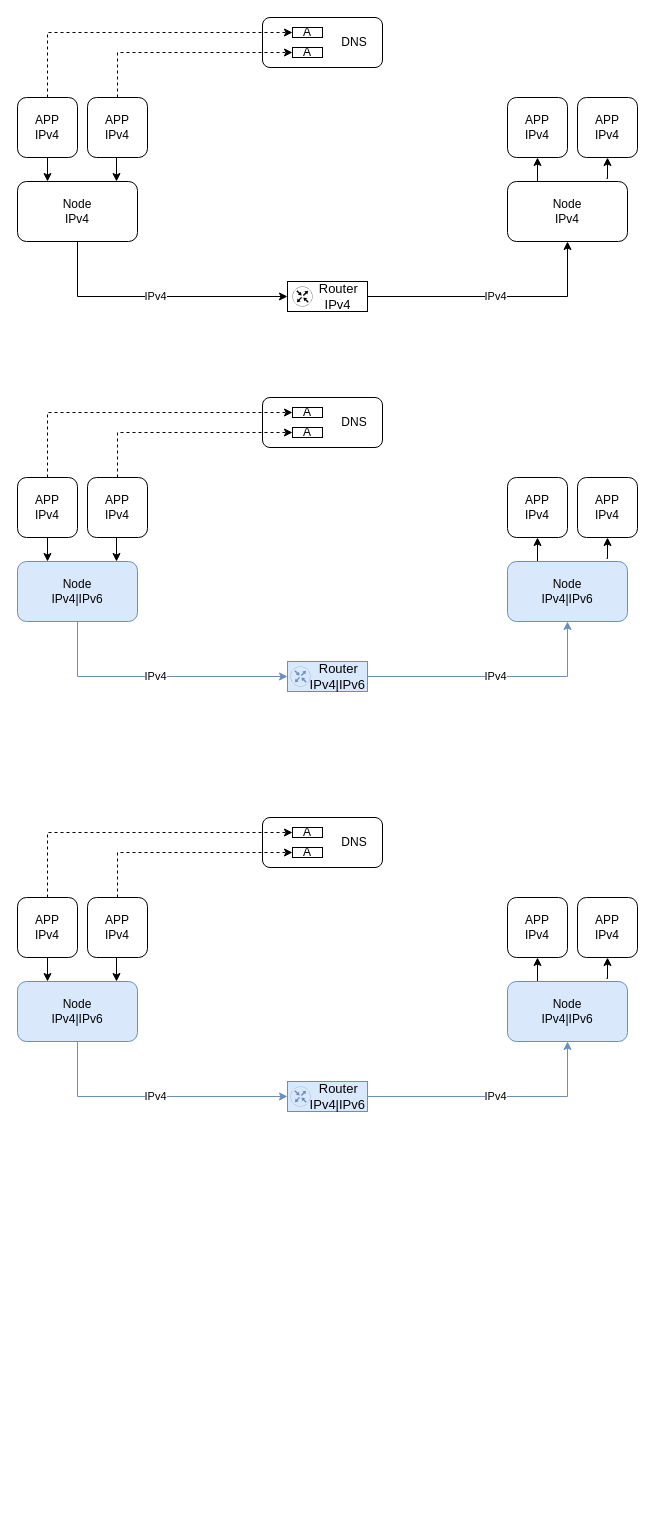
Earlier version of the draw.io diagram IPv6 Transition.drawio (anorqiu9/drawio). Source tidied: cells renumbered, new cells numbered last; positions are measured from the earlier drawing's top-left corner, leaving out a move shared by most shapes. Both pictures are drawn from the tidied source at 100%, with x=0, y=0 at pixel (17, 17).
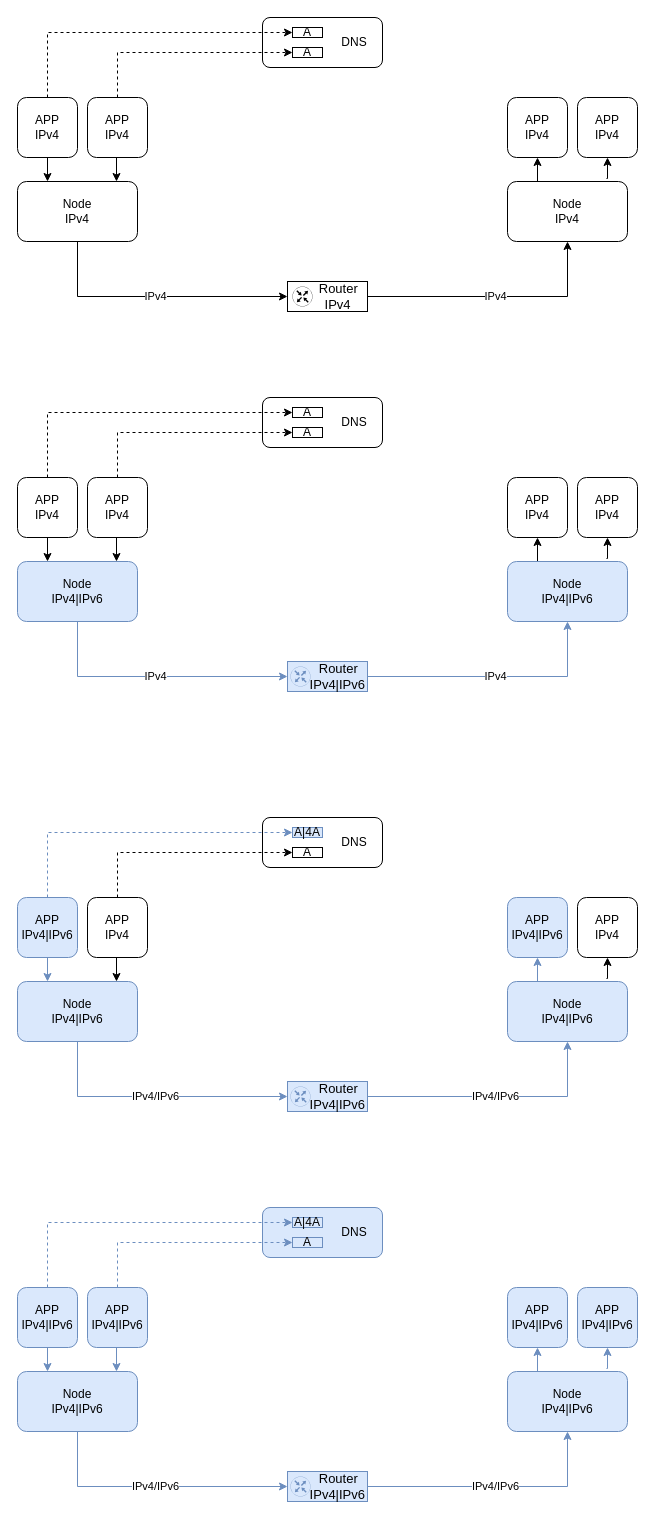
Above is the later version.

Unchanged cells that the change refers to:
```xml
<mxCell id="42" value="Node&lt;div&gt;IPv4|IPv6&lt;/div&gt;" style="whiteSpace=wrap;html=1;rounded=1;fillColor=#dae8fc;strokeColor=#6c8ebf;" parent="1" vertex="1">
  <mxGeometry y="964" width="120" height="60" as="geometry" />
</mxCell>
<mxCell id="43" value="Router&amp;nbsp;&amp;nbsp;&lt;div style=&quot;font-size: 13px;&quot;&gt;IPv4|IPv6&lt;/div&gt;" style="rounded=0;whiteSpace=wrap;html=1;fontSize=13;verticalAlign=middle;align=right;fillColor=#dae8fc;strokeColor=#6c8ebf;" parent="1" vertex="1">
  <mxGeometry x="270" y="1064" width="80" height="30" as="geometry" />
</mxCell>
<mxCell id="47" value="Node&lt;div&gt;IPv4|IPv6&lt;/div&gt;" style="whiteSpace=wrap;html=1;rounded=1;fillColor=#dae8fc;strokeColor=#6c8ebf;" parent="1" vertex="1">
  <mxGeometry x="490" y="964" width="120" height="60" as="geometry" />
</mxCell>
```

What changed in the source:
```diff
@@
-    <mxCell id="40" style="edgeStyle=orthogonalEdgeStyle;rounded=0;jettySize=auto;html=1;" parent="1" edge="1" source="41" target="42">
+    <mxCell id="40" style="edgeStyle=orthogonalEdgeStyle;rounded=0;jettySize=auto;html=1;fillColor=#dae8fc;strokeColor=#6c8ebf;" parent="1" edge="1" source="41" target="42">
       <mxGeometry relative="1" as="geometry">
         <Array as="points">
           <mxPoint x="30" y="960" />
           <mxPoint x="30" y="960" />
         </Array>
       </mxGeometry>
     </mxCell>
-    <mxCell id="41" value="APP&lt;div&gt;IPv4&lt;/div&gt;" style="rounded=1;whiteSpace=wrap;html=1;" parent="1" vertex="1">
+    <mxCell id="41" value="APP&lt;div&gt;IPv4|IPv6&lt;/div&gt;" style="rounded=1;whiteSpace=wrap;html=1;fillColor=#dae8fc;strokeColor=#6c8ebf;" parent="1" vertex="1">
       <mxGeometry y="880" width="60" height="60" as="geometry" />
     </mxCell>
@@
-    <mxCell id="45" style="edgeStyle=orthogonalEdgeStyle;rounded=0;jettySize=auto;html=1;entryX=0.5;entryY=1;entryDx=0;entryDy=0;exitX=0.5;exitY=0;exitDx=0;exitDy=0;" parent="1" edge="1" source="47" target="46">
+    <mxCell id="45" style="rounded=0;jettySize=auto;html=1;entryX=0.5;entryY=1;entryDx=0;entryDy=0;exitX=0.5;exitY=0;exitDx=0;exitDy=0;fillColor=#dae8fc;strokeColor=#6c8ebf;edgeStyle=orthogonalEdgeStyle;" parent="1" edge="1" source="47" target="46">
       <mxGeometry relative="1" as="geometry" />
     </mxCell>
-    <mxCell id="46" value="APP&lt;div&gt;IPv4&lt;/div&gt;" style="rounded=1;whiteSpace=wrap;html=1;" parent="1" vertex="1">
+    <mxCell id="46" value="APP&lt;div&gt;IPv4|IPv6&lt;/div&gt;" style="rounded=1;whiteSpace=wrap;html=1;fillColor=#dae8fc;strokeColor=#6c8ebf;" parent="1" vertex="1">
       <mxGeometry x="490" y="880" width="60" height="60" as="geometry" />
     </mxCell>
@@
-    <mxCell id="49" value="IPv4" style="endArrow=classic;html=1;rounded=0;exitX=1;exitY=0.5;exitDx=0;exitDy=0;entryX=0.5;entryY=1;entryDx=0;entryDy=0;fillColor=#dae8fc;strokeColor=#6c8ebf;" parent="1" edge="1" source="43" target="47">
-      <mxGeometry relative="1" as="geometry">
-        <Array as="points">
-          <mxPoint x="550" y="1079" />
-        </Array>
-      </mxGeometry>
+    <mxCell id="49" value="IPv4/IPv6" style="endArrow=classic;html=1;rounded=0;exitX=1;exitY=0.5;exitDx=0;exitDy=0;entryX=0.5;entryY=1;entryDx=0;entryDy=0;fillColor=#dae8fc;strokeColor=#6c8ebf;edgeStyle=orthogonalEdgeStyle;" parent="1" edge="1" source="43" target="47">
+      <mxGeometry relative="1" as="geometry" />
     </mxCell>
-    <mxCell id="50" value="IPv4" style="endArrow=classic;html=1;rounded=0;exitX=0.5;exitY=1;exitDx=0;exitDy=0;entryX=0;entryY=0.5;entryDx=0;entryDy=0;fillColor=#dae8fc;strokeColor=#6c8ebf;" parent="1" edge="1" source="42" target="43">
-      <mxGeometry relative="1" as="geometry">
-        <Array as="points">
-          <mxPoint x="60" y="1079" />
-        </Array>
-      </mxGeometry>
+    <mxCell id="50" value="IPv4/IPv6" style="endArrow=classic;html=1;rounded=0;exitX=0.5;exitY=1;exitDx=0;exitDy=0;entryX=0;entryY=0.5;entryDx=0;entryDy=0;fillColor=#dae8fc;strokeColor=#6c8ebf;edgeStyle=orthogonalEdgeStyle;" parent="1" edge="1" source="42" target="43">
+      <mxGeometry relative="1" as="geometry" />
     </mxCell>
-    <mxCell id="51" style="endArrow=classic;html=1;rounded=0;exitX=0.5;exitY=0;exitDx=0;exitDy=0;entryX=0;entryY=0.5;entryDx=0;entryDy=0;dashed=1;edgeStyle=orthogonalEdgeStyle;" parent="1" edge="1" source="41" target="56">
+    <mxCell id="51" style="endArrow=classic;html=1;rounded=0;exitX=0.5;exitY=0;exitDx=0;exitDy=0;entryX=0;entryY=0.5;entryDx=0;entryDy=0;dashed=1;edgeStyle=orthogonalEdgeStyle;fillColor=#dae8fc;strokeColor=#6c8ebf;" parent="1" edge="1" source="41" target="56">
       <mxGeometry relative="1" as="geometry" />
     </mxCell>
@@
     <mxCell id="55" style="edgeStyle=orthogonalEdgeStyle;rounded=0;orthogonalLoop=1;jettySize=auto;html=1;" parent="1" edge="1">
       <mxGeometry relative="1" as="geometry">
         <mxPoint x="99" y="940" as="sourcePoint" />
         <mxPoint x="99" y="964" as="targetPoint" />
-        <Array as="points">
-          <mxPoint x="99" y="960" />
-          <mxPoint x="99" y="960" />
-        </Array>
       </mxGeometry>
     </mxCell>
-    <mxCell id="56" value="A" style="rounded=0;whiteSpace=wrap;html=1;" parent="1" vertex="1">
+    <mxCell id="56" value="A|4A" style="rounded=0;whiteSpace=wrap;html=1;fillColor=#dae8fc;strokeColor=#6c8ebf;" parent="1" vertex="1">
       <mxGeometry x="275" y="810" width="30" height="10" as="geometry" />
     </mxCell>
@@
+    <mxCell id="59" style="edgeStyle=orthogonalEdgeStyle;rounded=0;jettySize=auto;html=1;fillColor=#dae8fc;strokeColor=#6c8ebf;" parent="1" edge="1" source="60" target="61">
+      <mxGeometry relative="1" as="geometry">
+        <Array as="points">
+          <mxPoint x="30" y="1350" />
+          <mxPoint x="30" y="1350" />
+        </Array>
+      </mxGeometry>
+    </mxCell>
+    <mxCell id="60" value="APP&lt;div&gt;IPv4|IPv6&lt;/div&gt;" style="rounded=1;whiteSpace=wrap;html=1;fillColor=#dae8fc;strokeColor=#6c8ebf;" parent="1" vertex="1">
+      <mxGeometry y="1270" width="60" height="60" as="geometry" />
+    </mxCell>
+    <mxCell id="61" value="Node&lt;div&gt;IPv4|IPv6&lt;/div&gt;" style="whiteSpace=wrap;html=1;rounded=1;fillColor=#dae8fc;strokeColor=#6c8ebf;" parent="1" vertex="1">
+      <mxGeometry y="1354" width="120" height="60" as="geometry" />
+    </mxCell>
+    <mxCell id="62" value="Router&amp;nbsp;&amp;nbsp;&lt;div style=&quot;font-size: 13px;&quot;&gt;IPv4|IPv6&lt;/div&gt;" style="rounded=0;whiteSpace=wrap;html=1;fontSize=13;verticalAlign=middle;align=right;fillColor=#dae8fc;strokeColor=#6c8ebf;" parent="1" vertex="1">
+      <mxGeometry x="270" y="1454" width="80" height="30" as="geometry" />
+    </mxCell>
+    <mxCell id="63" value="DNS&amp;nbsp; &amp;nbsp;&amp;nbsp;" style="rounded=1;whiteSpace=wrap;html=1;align=right;verticalAlign=middle;fillColor=#dae8fc;strokeColor=#6c8ebf;" parent="1" vertex="1">
+      <mxGeometry x="245" y="1190" width="120" height="50" as="geometry" />
+    </mxCell>
+    <mxCell id="64" style="rounded=0;jettySize=auto;html=1;entryX=0.5;entryY=1;entryDx=0;entryDy=0;exitX=0.5;exitY=0;exitDx=0;exitDy=0;fillColor=#dae8fc;strokeColor=#6c8ebf;edgeStyle=orthogonalEdgeStyle;" parent="1" edge="1" source="66" target="65">
+      <mxGeometry relative="1" as="geometry" />
+    </mxCell>
+    <mxCell id="65" value="APP&lt;div&gt;IPv4|IPv6&lt;/div&gt;" style="rounded=1;whiteSpace=wrap;html=1;fillColor=#dae8fc;strokeColor=#6c8ebf;" parent="1" vertex="1">
+      <mxGeometry x="490" y="1270" width="60" height="60" as="geometry" />
+    </mxCell>
+    <mxCell id="66" value="Node&lt;div&gt;IPv4|IPv6&lt;/div&gt;" style="whiteSpace=wrap;html=1;rounded=1;fillColor=#dae8fc;strokeColor=#6c8ebf;" parent="1" vertex="1">
+      <mxGeometry x="490" y="1354" width="120" height="60" as="geometry" />
+    </mxCell>
+    <mxCell id="67" style="sketch=0;verticalLabelPosition=bottom;html=1;verticalAlign=top;align=center;shape=mxgraph.cisco19.rect;prIcon=router;fillColor=#dae8fc;strokeColor=#6c8ebf;" parent="1" vertex="1">
+      <mxGeometry x="273" y="1459" width="20" height="20" as="geometry" />
+    </mxCell>
+    <mxCell id="68" value="IPv4/IPv6" style="endArrow=classic;html=1;rounded=0;exitX=1;exitY=0.5;exitDx=0;exitDy=0;entryX=0.5;entryY=1;entryDx=0;entryDy=0;fillColor=#dae8fc;strokeColor=#6c8ebf;edgeStyle=orthogonalEdgeStyle;" parent="1" edge="1" source="62" target="66">
+      <mxGeometry relative="1" as="geometry" />
+    </mxCell>
+    <mxCell id="69" value="IPv4/IPv6" style="endArrow=classic;html=1;rounded=0;exitX=0.5;exitY=1;exitDx=0;exitDy=0;entryX=0;entryY=0.5;entryDx=0;entryDy=0;fillColor=#dae8fc;strokeColor=#6c8ebf;edgeStyle=orthogonalEdgeStyle;" parent="1" edge="1" source="61" target="62">
+      <mxGeometry relative="1" as="geometry" />
+    </mxCell>
+    <mxCell id="70" style="endArrow=classic;html=1;rounded=0;exitX=0.5;exitY=0;exitDx=0;exitDy=0;entryX=0;entryY=0.5;entryDx=0;entryDy=0;dashed=1;edgeStyle=orthogonalEdgeStyle;fillColor=#dae8fc;strokeColor=#6c8ebf;" parent="1" edge="1" source="60" target="75">
+      <mxGeometry relative="1" as="geometry" />
+    </mxCell>
+    <mxCell id="71" value="APP&lt;div&gt;IPv4|IPv6&lt;/div&gt;" style="rounded=1;whiteSpace=wrap;html=1;fillColor=#dae8fc;strokeColor=#6c8ebf;" parent="1" vertex="1">
+      <mxGeometry x="560" y="1270" width="60" height="60" as="geometry" />
+    </mxCell>
+    <mxCell id="72" style="edgeStyle=orthogonalEdgeStyle;rounded=0;jettySize=auto;html=1;exitX=0.825;exitY=-0.05;exitDx=0;exitDy=0;entryX=0.5;entryY=1;entryDx=0;entryDy=0;exitPerimeter=0;fillColor=#dae8fc;strokeColor=#6c8ebf;" parent="1" edge="1" source="66" target="71">
+      <mxGeometry relative="1" as="geometry" />
+    </mxCell>
+    <mxCell id="73" value="APP&lt;div&gt;IPv4|IPv6&lt;/div&gt;" style="rounded=1;whiteSpace=wrap;html=1;fillColor=#dae8fc;strokeColor=#6c8ebf;" parent="1" vertex="1">
+      <mxGeometry x="70" y="1270" width="60" height="60" as="geometry" />
+    </mxCell>
+    <mxCell id="74" style="edgeStyle=orthogonalEdgeStyle;rounded=0;orthogonalLoop=1;jettySize=auto;html=1;fillColor=#dae8fc;strokeColor=#6c8ebf;" parent="1" edge="1">
+      <mxGeometry relative="1" as="geometry">
+        <mxPoint x="99" y="1330" as="sourcePoint" />
+        <mxPoint x="99" y="1354" as="targetPoint" />
+      </mxGeometry>
+    </mxCell>
+    <mxCell id="75" value="A|4A" style="rounded=0;whiteSpace=wrap;html=1;fillColor=#dae8fc;strokeColor=#6c8ebf;" parent="1" vertex="1">
+      <mxGeometry x="275" y="1200" width="30" height="10" as="geometry" />
+    </mxCell>
+    <mxCell id="76" value="A" style="rounded=0;whiteSpace=wrap;html=1;fillColor=#dae8fc;strokeColor=#6c8ebf;" parent="1" vertex="1">
+      <mxGeometry x="275" y="1220" width="30" height="10" as="geometry" />
+    </mxCell>
+    <mxCell id="77" style="endArrow=classic;html=1;rounded=0;exitX=0.5;exitY=0;exitDx=0;exitDy=0;dashed=1;edgeStyle=orthogonalEdgeStyle;entryX=0;entryY=0.5;entryDx=0;entryDy=0;fillColor=#dae8fc;strokeColor=#6c8ebf;" parent="1" edge="1" source="73" target="76">
+      <mxGeometry relative="1" as="geometry" />
+    </mxCell>
```
